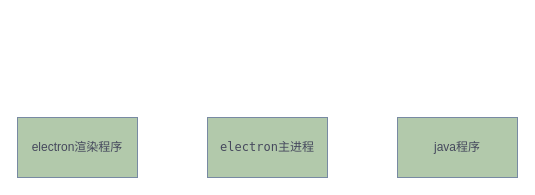
Earlier version of the draw.io diagram 系统架构图.drawio (jianmofashi/test). Source tidied: cells renumbered, new cells numbered last; positions are measured from the earlier drawing's top-left corner, leaving out a move shared by most shapes. Both pictures are drawn from the tidied source at 100%, with x=0, y=0 at pixel (17, 117).
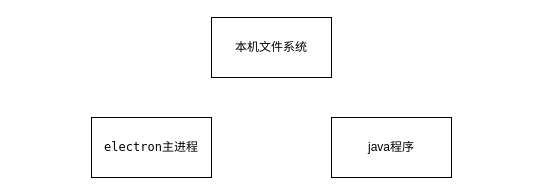
The same page after the edit.

Commit message (it also covers changes not shown here):
更新系统架构图.drawio

Change to the diagram source:
```diff
@@
 <mxGraphModel>
   <root>
     <mxCell id="0" />
     <mxCell id="1" parent="0" />
-    <mxCell id="2" value="&lt;font face=&quot;Lucida Console&quot;&gt;electron主进程&lt;/font&gt;" style="rounded=0;whiteSpace=wrap;html=1;labelBackgroundColor=none;fillColor=#B2C9AB;strokeColor=#788AA3;fontColor=#46495D;" parent="1" vertex="1">
-      <mxGeometry x="190" width="120" height="60" as="geometry" />
+    <mxCell id="2" value="&lt;font face=&quot;Lucida Console&quot;&gt;electron主进程&lt;/font&gt;" style="rounded=0;whiteSpace=wrap;html=1;labelBackgroundColor=none;" parent="1" vertex="1">
+      <mxGeometry x="74" width="120" height="60" as="geometry" />
     </mxCell>
-    <mxCell id="3" value="java程序" style="rounded=0;whiteSpace=wrap;html=1;labelBackgroundColor=none;fillColor=#B2C9AB;strokeColor=#788AA3;fontColor=#46495D;" parent="1" vertex="1">
-      <mxGeometry x="380" width="120" height="60" as="geometry" />
+    <mxCell id="3" value="java程序" style="rounded=0;whiteSpace=wrap;html=1;labelBackgroundColor=none;" parent="1" vertex="1">
+      <mxGeometry x="314" width="120" height="60" as="geometry" />
     </mxCell>
-    <mxCell id="4" value="electron渲染程序" style="rounded=0;whiteSpace=wrap;html=1;labelBackgroundColor=none;fillColor=#B2C9AB;strokeColor=#788AA3;fontColor=#46495D;" parent="1" vertex="1">
-      <mxGeometry width="120" height="60" as="geometry" />
-    </mxCell>
+    <mxCell id="5" value="本机文件系统" style="rounded=0;whiteSpace=wrap;html=1;" parent="1" vertex="1">
+      <mxGeometry x="194" y="-100" width="120" height="60" as="geometry" />
+    </mxCell>
   </root>
 </mxGraphModel>
```
